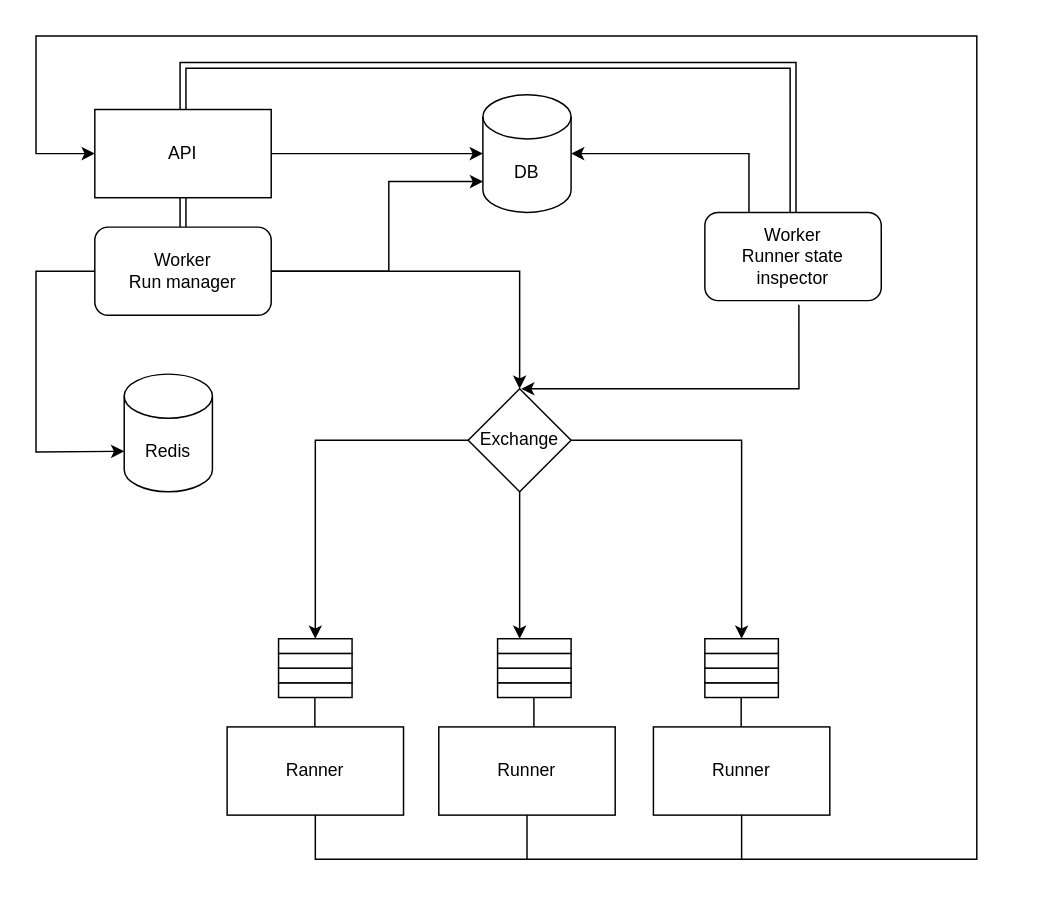
The draw.io diagram Diagram.drawio in YaVadim94/Project-Runners, before the edit. Source tidied: cells renumbered, new cells numbered last; positions are measured from the earlier drawing's top-left corner, leaving out a move shared by most shapes. Both pictures are drawn from the tidied source at 147%, with x=0, y=0 at pixel (35, 35).
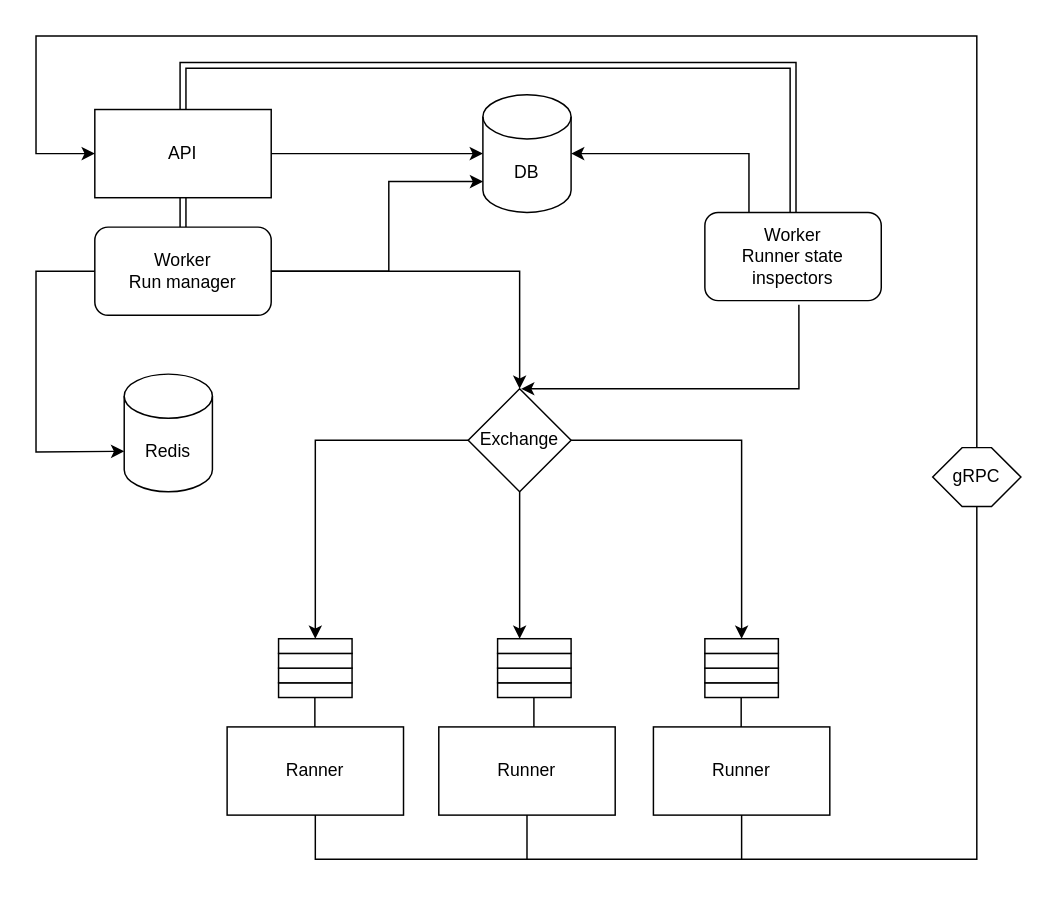
The same page after the edit.

Commit message:
Обновил файлик с диаграммой

Diff of the diagram source:
```diff
@@
-    <mxCell id="34" value="Worker&lt;br&gt;Runner state inspector" style="rounded=1;whiteSpace=wrap;html=1;" parent="1" vertex="1">
+    <mxCell id="34" value="Worker&lt;br&gt;Runner state inspectors" style="rounded=1;whiteSpace=wrap;html=1;" parent="1" vertex="1">
       <mxGeometry x="455" y="120" width="120" height="60" as="geometry" />
     </mxCell>
@@
+    <mxCell id="40" value="gRPC" style="shape=hexagon;perimeter=hexagonPerimeter2;whiteSpace=wrap;html=1;fixedSize=1;" parent="1" vertex="1">
+      <mxGeometry x="610" y="280" width="60" height="40" as="geometry" />
+    </mxCell>
```
